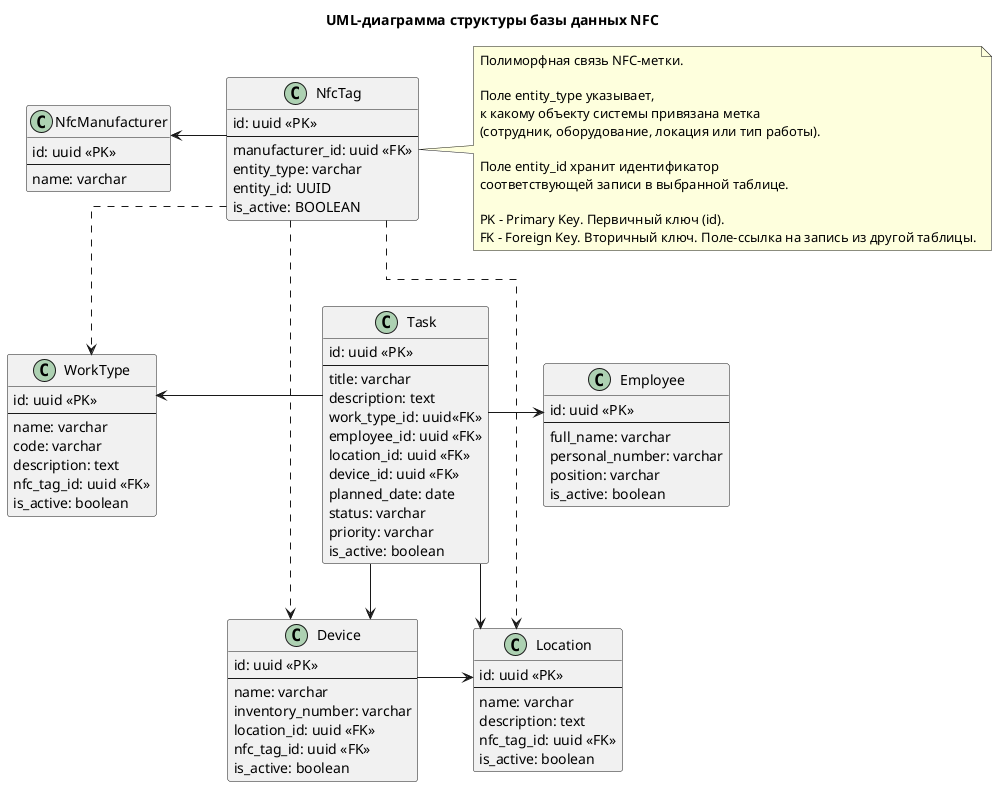
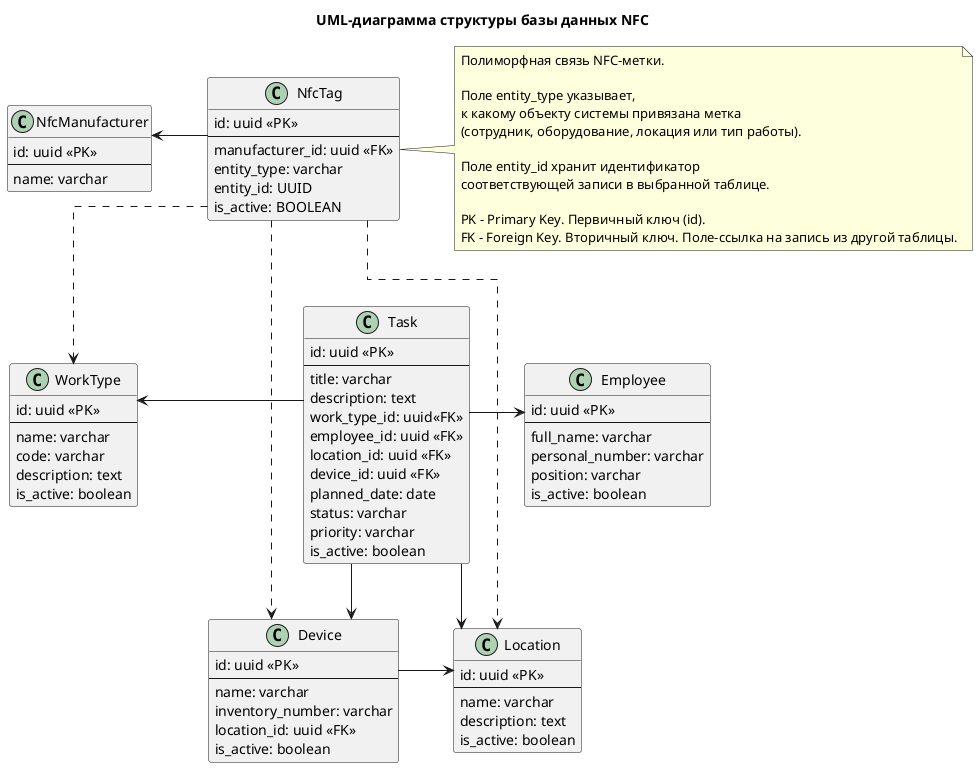
@startuml
title UML-диаграмма структуры базы данных NFC

top to bottom direction

skinparam classAttributeIconSize 0
skinparam linetype ortho
skinparam nodesep 55
skinparam ranksep 55

class NfcTag {
    id: uuid <<PK>>
    --
    manufacturer_id: uuid <<FK>>
    entity_type: varchar
    entity_id: UUID
    is_active: BOOLEAN
}

class WorkType {
    id: uuid <<PK>>
    --
    name: varchar
    code: varchar
    description: text
-     nfc_tag_id: uuid <<FK>>
    is_active: boolean
}

class Employee {
    id: uuid <<PK>>
    --
    full_name: varchar
    personal_number: varchar
    position: varchar
    is_active: boolean
}

class Task {
    id: uuid <<PK>>
    --
    title: varchar
    description: text
    work_type_id: uuid<<FK>>
    employee_id: uuid <<FK>>
    location_id: uuid <<FK>>
    device_id: uuid <<FK>>
    planned_date: date
    status: varchar
    priority: varchar
    is_active: boolean
}

class Device {
    id: uuid <<PK>>
    --
    name: varchar
    inventory_number: varchar
    location_id: uuid <<FK>>
-     nfc_tag_id: uuid <<FK>>
    is_active: boolean
}

class Location {
    id: uuid <<PK>>
    --
    name: varchar
    description: text
-     nfc_tag_id: uuid <<FK>>
    is_active: boolean
}

class NfcManufacturer {
    id: uuid <<PK>>
    --
    name: varchar
}

Task -left-> WorkType
Task -right-> Employee
Task -down-> Device
Task -down-> Location
NfcTag -left-> NfcManufacturer

NfcTag ..> Device
NfcTag ..> Location
NfcTag ..> WorkType

Device -right-> Location

note right of NfcTag
  Полиморфная связь NFC-метки.

  Поле entity_type указывает,
  к какому объекту системы привязана метка
  (сотрудник, оборудование, локация или тип работы).

  Поле entity_id хранит идентификатор
  соответствующей записи в выбранной таблице.

  PK - Primary Key. Первичный ключ (id).
  FK - Foreign Key. Вторичный ключ. Поле-ссылка на запись из другой таблицы.
end note

WorkType -[hidden]right-> Task
Task -[hidden]right-> Employee

Device -[hidden]right-> Location

NfcTag -[hidden]down-> Task
WorkType -[hidden]down-> Device
Employee -[hidden]down-> Location

NfcManufacturer -[hidden]right-> NfcTag

@enduml